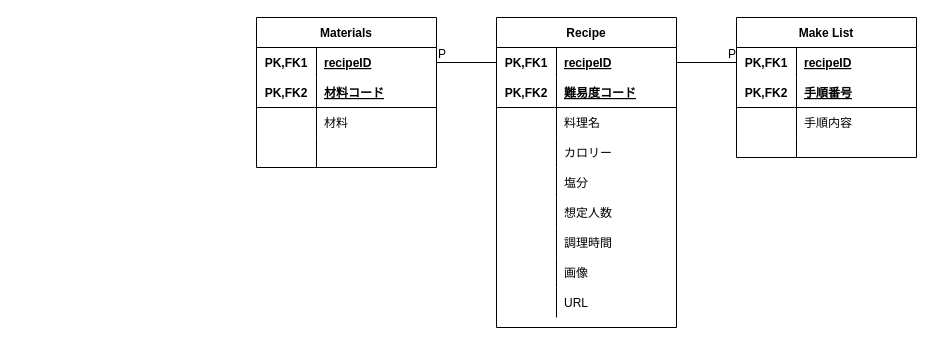
Above: ER.dio in qiuyueluzi/recipeApp (draw.io), before the change. Source tidied: cells renumbered, new cells numbered last; positions are measured from the earlier drawing's top-left corner, leaving out a move shared by most shapes. Both pictures are drawn from the tidied source at 100%, with x=0, y=0 at pixel (256, 17).
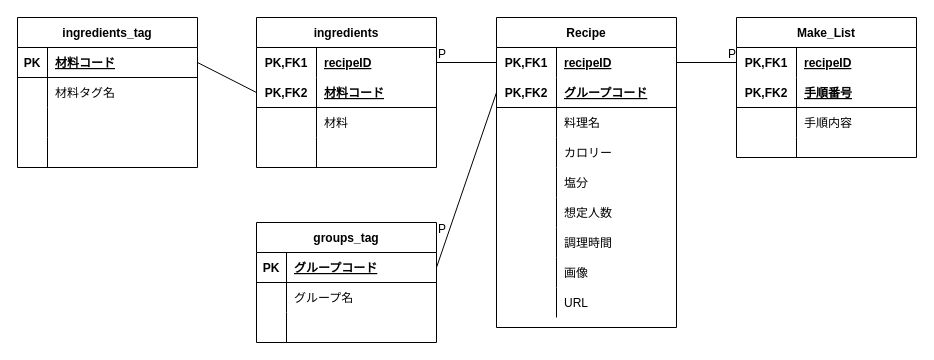
The same diagram, later.

The change refers to these unchanged cells:
```xml
<mxCell id="23" style="shape=partialRectangle;fillColor=none;top=0;left=0;bottom=1;right=0;points=[[0,0.5],[1,0.5]];portConstraint=eastwest;" parent="19" vertex="1">
  <mxGeometry y="60" width="180" height="30" as="geometry" />
</mxCell>
<mxCell id="51" style="shape=partialRectangle;fillColor=none;top=0;left=0;bottom=1;right=0;points=[[0,0.5],[1,0.5]];portConstraint=eastwest;" parent="47" vertex="1">
  <mxGeometry y="60" width="180" height="30" as="geometry" />
</mxCell>
```

Change to the diagram source:
```diff
@@
-    <mxCell id="2" value="Make List" style="shape=table;startSize=30;childLayout=tableLayout;rowLines=0;fontStyle=1;align=center;" parent="1" vertex="1">
+    <mxCell id="2" value="Make_List" style="shape=table;startSize=30;childLayout=tableLayout;rowLines=0;fontStyle=1;align=center;" parent="1" vertex="1">
       <mxGeometry x="480" width="180" height="140" as="geometry" />
     </mxCell>
@@
-    <mxCell id="25" value="難易度コード" style="shape=partialRectangle;fillColor=none;top=0;left=0;bottom=0;right=0;align=left;spacingLeft=6;fontStyle=5;overflow=hidden;" parent="23" vertex="1">
+    <mxCell id="25" value="グループコード" style="shape=partialRectangle;fillColor=none;top=0;left=0;bottom=0;right=0;align=left;spacingLeft=6;fontStyle=5;overflow=hidden;" parent="23" vertex="1">
       <mxGeometry x="60" width="120" height="30" as="geometry" />
     </mxCell>
@@
-    <mxCell id="47" value="Materials" style="shape=table;startSize=30;childLayout=tableLayout;rowLines=0;fontStyle=1;align=center;" parent="1" vertex="1">
+    <mxCell id="47" value="ingredients" style="shape=table;startSize=30;childLayout=tableLayout;rowLines=0;fontStyle=1;align=center;" parent="1" vertex="1">
       <mxGeometry width="180" height="150" as="geometry" />
     </mxCell>
@@
+    <mxCell id="60" value="groups_tag" style="shape=table;startSize=30;childLayout=tableLayout;rowLines=0;fontStyle=1;align=center;" parent="1" vertex="1">
+      <mxGeometry y="205" width="180" height="120" as="geometry" />
+    </mxCell>
+    <mxCell id="61" style="shape=partialRectangle;fillColor=none;top=0;left=0;bottom=1;right=0;points=[[0,0.5],[1,0.5]];portConstraint=eastwest;" parent="60" vertex="1">
+      <mxGeometry y="30" width="180" height="30" as="geometry" />
+    </mxCell>
+    <mxCell id="62" value="PK" style="shape=partialRectangle;fillColor=none;top=0;left=0;bottom=0;right=0;fontStyle=1;overflow=hidden;" parent="61" vertex="1">
+      <mxGeometry width="30" height="30" as="geometry" />
+    </mxCell>
+    <mxCell id="63" value="グループコード" style="shape=partialRectangle;fillColor=none;top=0;left=0;bottom=0;right=0;align=left;spacingLeft=6;fontStyle=5;overflow=hidden;" parent="61" vertex="1">
+      <mxGeometry x="30" width="150" height="30" as="geometry" />
+    </mxCell>
+    <mxCell id="64" style="shape=partialRectangle;fillColor=none;top=0;left=0;bottom=0;right=0;" parent="60" vertex="1">
+      <mxGeometry y="60" width="180" height="30" as="geometry" />
+    </mxCell>
+    <mxCell id="65" style="shape=partialRectangle;fillColor=none;top=0;left=0;bottom=0;right=0;overflow=hidden;" parent="64" vertex="1">
+      <mxGeometry width="30" height="30" as="geometry" />
+    </mxCell>
+    <mxCell id="66" value="グループ名" style="shape=partialRectangle;fillColor=none;top=0;left=0;bottom=0;right=0;align=left;spacingLeft=6;overflow=hidden;" parent="64" vertex="1">
+      <mxGeometry x="30" width="150" height="30" as="geometry" />
+    </mxCell>
+    <mxCell id="67" style="shape=partialRectangle;fillColor=none;top=0;left=0;bottom=0;right=0;" parent="60" vertex="1">
+      <mxGeometry y="90" width="180" height="30" as="geometry" />
+    </mxCell>
+    <mxCell id="68" style="shape=partialRectangle;fillColor=none;top=0;left=0;bottom=0;right=0;overflow=hidden;" parent="67" vertex="1">
+      <mxGeometry width="30" height="30" as="geometry" />
+    </mxCell>
+    <mxCell id="69" style="shape=partialRectangle;fillColor=none;top=0;left=0;bottom=0;right=0;align=left;spacingLeft=6;overflow=hidden;" parent="67" vertex="1">
+      <mxGeometry x="30" width="150" height="30" as="geometry" />
+    </mxCell>
+    <mxCell id="70" style="endArrow=none;html=1;rounded=0;exitX=1;exitY=0.5;exitDx=0;exitDy=0;entryX=0;entryY=0.5;entryDx=0;entryDy=0;" parent="1" edge="1" source="61" target="23">
+      <mxGeometry relative="1" as="geometry" />
+    </mxCell>
+    <mxCell id="71" value="P" style="html=1;align=right;verticalAlign=bottom;" parent="70" vertex="1">
+      <mxGeometry x="1" relative="1" as="geometry">
+        <mxPoint x="-50" y="145" as="offset" />
+      </mxGeometry>
+    </mxCell>
+    <mxCell id="72" value="ingredients_tag" style="shape=table;startSize=30;childLayout=tableLayout;rowLines=0;fontStyle=1;align=center;" parent="1" vertex="1">
+      <mxGeometry x="-239" width="180" height="150" as="geometry" />
+    </mxCell>
+    <mxCell id="73" style="shape=partialRectangle;fillColor=none;top=0;left=0;bottom=1;right=0;points=[[0,0.5],[1,0.5]];portConstraint=eastwest;" parent="72" vertex="1">
+      <mxGeometry y="30" width="180" height="30" as="geometry" />
+    </mxCell>
+    <mxCell id="74" value="PK" style="shape=partialRectangle;fillColor=none;top=0;left=0;bottom=0;right=0;fontStyle=1;overflow=hidden;" parent="73" vertex="1">
+      <mxGeometry width="30" height="30" as="geometry" />
+    </mxCell>
+    <mxCell id="75" value="材料コード" style="shape=partialRectangle;fillColor=none;top=0;left=0;bottom=0;right=0;align=left;spacingLeft=6;fontStyle=5;overflow=hidden;" parent="73" vertex="1">
+      <mxGeometry x="30" width="150" height="30" as="geometry" />
+    </mxCell>
+    <mxCell id="76" style="shape=partialRectangle;fillColor=none;top=0;left=0;bottom=0;right=0;" parent="72" vertex="1">
+      <mxGeometry y="60" width="180" height="30" as="geometry" />
+    </mxCell>
+    <mxCell id="77" style="shape=partialRectangle;fillColor=none;top=0;left=0;bottom=0;right=0;overflow=hidden;" parent="76" vertex="1">
+      <mxGeometry width="30" height="30" as="geometry" />
+    </mxCell>
+    <mxCell id="78" value="材料タグ名" style="shape=partialRectangle;fillColor=none;top=0;left=0;bottom=0;right=0;align=left;spacingLeft=6;overflow=hidden;" parent="76" vertex="1">
+      <mxGeometry x="30" width="150" height="30" as="geometry" />
+    </mxCell>
+    <mxCell id="79" style="shape=partialRectangle;fillColor=none;top=0;left=0;bottom=0;right=0;" parent="72" vertex="1">
+      <mxGeometry y="90" width="180" height="30" as="geometry" />
+    </mxCell>
+    <mxCell id="80" style="shape=partialRectangle;fillColor=none;top=0;left=0;bottom=0;right=0;overflow=hidden;" parent="79" vertex="1">
+      <mxGeometry width="30" height="30" as="geometry" />
+    </mxCell>
+    <mxCell id="81" style="shape=partialRectangle;fillColor=none;top=0;left=0;bottom=0;right=0;align=left;spacingLeft=6;overflow=hidden;" parent="79" vertex="1">
+      <mxGeometry x="30" width="150" height="30" as="geometry" />
+    </mxCell>
+    <mxCell id="82" style="shape=partialRectangle;fillColor=none;top=0;left=0;bottom=0;right=0;" parent="72" vertex="1">
+      <mxGeometry y="120" width="180" height="30" as="geometry" />
+    </mxCell>
+    <mxCell id="83" style="shape=partialRectangle;fillColor=none;top=0;left=0;bottom=0;right=0;overflow=hidden;" parent="82" vertex="1">
+      <mxGeometry width="30" height="30" as="geometry" />
+    </mxCell>
+    <mxCell id="84" style="shape=partialRectangle;fillColor=none;top=0;left=0;bottom=0;right=0;align=left;spacingLeft=6;overflow=hidden;" parent="82" vertex="1">
+      <mxGeometry x="30" width="150" height="30" as="geometry" />
+    </mxCell>
+    <mxCell id="85" style="endArrow=none;html=1;rounded=0;exitX=1;exitY=0.5;exitDx=0;exitDy=0;entryX=0;entryY=0.5;entryDx=0;entryDy=0;" parent="1" edge="1" source="73" target="51">
+      <mxGeometry relative="1" as="geometry" />
+    </mxCell>
```
